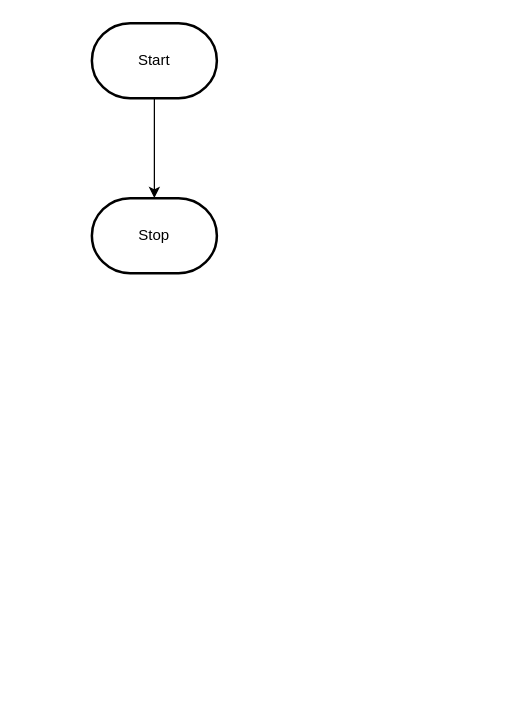
Earlier version of the draw.io diagram design/flowchart.drawio (MTHS-TEJ2O-1-2023/TEJ2O-Unit-2-16-kyle-lyver). Source tidied: cells renumbered, new cells numbered last; positions are measured from the earlier drawing's top-left corner, leaving out a move shared by most shapes. Both pictures are drawn from the tidied source at 125%, with x=0, y=0 at pixel (91, 22).
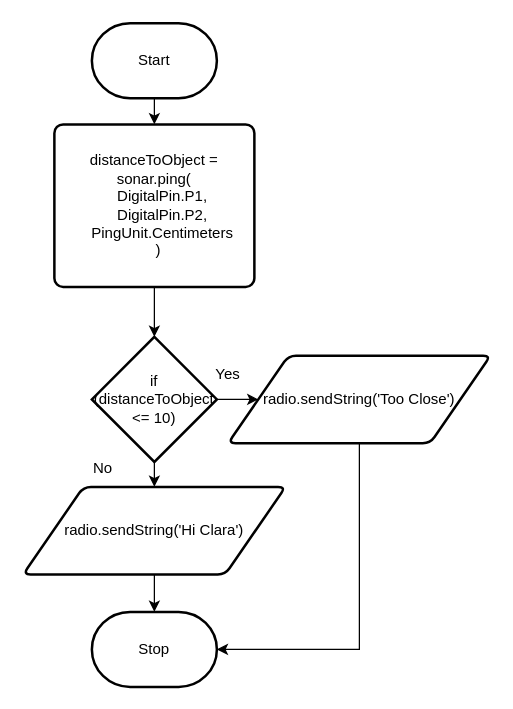
The same page after the edit.

The edit, as a diff of the source:
```diff
@@
 <mxGraphModel>
   <root>
     <mxCell id="0" />
     <mxCell id="1" parent="0" />
+    <mxCell id="5" style="edgeStyle=orthogonalEdgeStyle;rounded=0;html=1;exitX=0.5;exitY=1;exitDx=0;exitDy=0;exitPerimeter=0;" parent="1" edge="1" source="3" target="2">
+      <mxGeometry relative="1" as="geometry" />
+    </mxCell>
+    <mxCell id="3" value="Start" style="strokeWidth=2;html=1;shape=mxgraph.flowchart.terminator;whiteSpace=wrap;" parent="1" vertex="1">
+      <mxGeometry width="100" height="60" as="geometry" />
+    </mxCell>
+    <mxCell id="6" style="edgeStyle=none;html=1;exitX=0.5;exitY=1;exitDx=0;exitDy=0;entryX=0.5;entryY=0;entryDx=0;entryDy=0;entryPerimeter=0;" parent="1" edge="1" source="2" target="9">
+      <mxGeometry relative="1" as="geometry" />
+    </mxCell>
-    <mxCell id="2" style="edgeStyle=orthogonalEdgeStyle;html=1;rounded=0;" parent="1" edge="1" source="3" target="4">
-      <mxGeometry relative="1" as="geometry" />
+    <mxCell id="2" value="&lt;div&gt;distanceToObject = sonar.ping(&lt;/div&gt;&lt;div&gt;&amp;nbsp; &amp;nbsp; DigitalPin.P1,&lt;/div&gt;&lt;div&gt;&amp;nbsp; &amp;nbsp; DigitalPin.P2,&lt;/div&gt;&lt;div&gt;&amp;nbsp; &amp;nbsp; PingUnit.Centimeters&lt;/div&gt;&lt;div&gt;&amp;nbsp; )&lt;/div&gt;" style="rounded=1;whiteSpace=wrap;html=1;absoluteArcSize=1;arcSize=14;strokeWidth=2;" parent="1" vertex="1">
+      <mxGeometry x="-30" y="81" width="160" height="130" as="geometry" />
     </mxCell>
-    <mxCell id="3" value="Start" style="strokeWidth=2;html=1;shape=mxgraph.flowchart.terminator;whiteSpace=wrap;" parent="1" vertex="1">
-      <mxGeometry width="100" height="60" as="geometry" />
-    </mxCell>
+    <mxCell id="7" style="edgeStyle=none;html=1;exitX=1;exitY=0.5;exitDx=0;exitDy=0;exitPerimeter=0;" parent="1" edge="1" source="9" target="11">
+      <mxGeometry relative="1" as="geometry" />
+    </mxCell>
+    <mxCell id="8" style="edgeStyle=none;html=1;exitX=0.5;exitY=1;exitDx=0;exitDy=0;exitPerimeter=0;entryX=0.5;entryY=0;entryDx=0;entryDy=0;" parent="1" edge="1" source="9" target="13">
+      <mxGeometry relative="1" as="geometry" />
+    </mxCell>
+    <mxCell id="9" value="if (distanceToObject &amp;lt;= 10)" style="strokeWidth=2;html=1;shape=mxgraph.flowchart.decision;whiteSpace=wrap;" parent="1" vertex="1">
+      <mxGeometry y="251" width="100" height="100" as="geometry" />
+    </mxCell>
+    <mxCell id="10" style="edgeStyle=orthogonalEdgeStyle;html=1;exitX=0.5;exitY=1;exitDx=0;exitDy=0;entryX=1;entryY=0.5;entryDx=0;entryDy=0;entryPerimeter=0;rounded=0;" parent="1" edge="1" source="11" target="4">
+      <mxGeometry relative="1" as="geometry" />
+    </mxCell>
+    <mxCell id="11" value="radio.sendString('Too Close')" style="shape=parallelogram;html=1;strokeWidth=2;perimeter=parallelogramPerimeter;whiteSpace=wrap;rounded=1;arcSize=12;size=0.23;" parent="1" vertex="1">
+      <mxGeometry x="109" y="266" width="210" height="70" as="geometry" />
+    </mxCell>
+    <mxCell id="12" style="edgeStyle=none;html=1;exitX=0.5;exitY=1;exitDx=0;exitDy=0;entryX=0.5;entryY=0;entryDx=0;entryDy=0;entryPerimeter=0;" parent="1" edge="1" source="13" target="4">
+      <mxGeometry relative="1" as="geometry" />
+    </mxCell>
+    <mxCell id="13" value="radio.sendString('Hi Clara')" style="shape=parallelogram;html=1;strokeWidth=2;perimeter=parallelogramPerimeter;whiteSpace=wrap;rounded=1;arcSize=12;size=0.23;" parent="1" vertex="1">
+      <mxGeometry x="-55" y="371" width="210" height="70" as="geometry" />
+    </mxCell>
+    <mxCell id="14" value="No" style="text;strokeColor=none;align=center;fillColor=none;html=1;verticalAlign=middle;whiteSpace=wrap;rounded=0;" parent="1" vertex="1">
+      <mxGeometry x="-21" y="341" width="60" height="30" as="geometry" />
+    </mxCell>
+    <mxCell id="15" value="Yes" style="text;strokeColor=none;align=center;fillColor=none;html=1;verticalAlign=middle;whiteSpace=wrap;rounded=0;" parent="1" vertex="1">
+      <mxGeometry x="79" y="266" width="60" height="30" as="geometry" />
+    </mxCell>
     <mxCell id="4" value="Stop" style="strokeWidth=2;html=1;shape=mxgraph.flowchart.terminator;whiteSpace=wrap;" parent="1" vertex="1">
-      <mxGeometry y="140" width="100" height="60" as="geometry" />
+      <mxGeometry y="471" width="100" height="60" as="geometry" />
     </mxCell>
   </root>
 </mxGraphModel>
```
